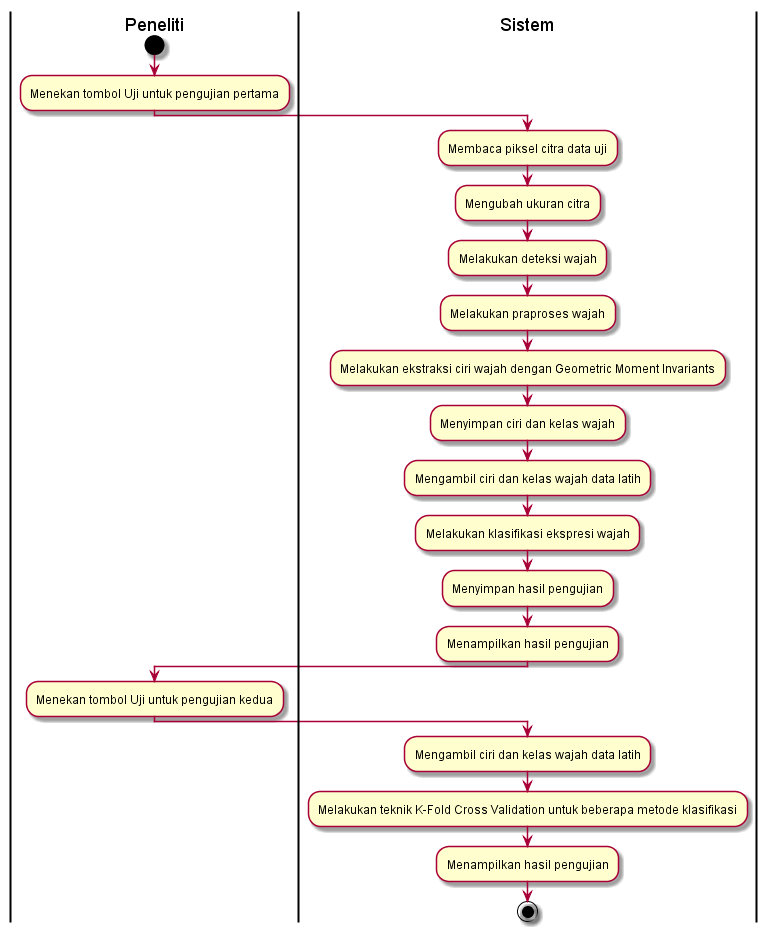
Earlier version of the PlantUML export diagram/AD_proses_pengujian.png (ayulestari10/gmisvm).
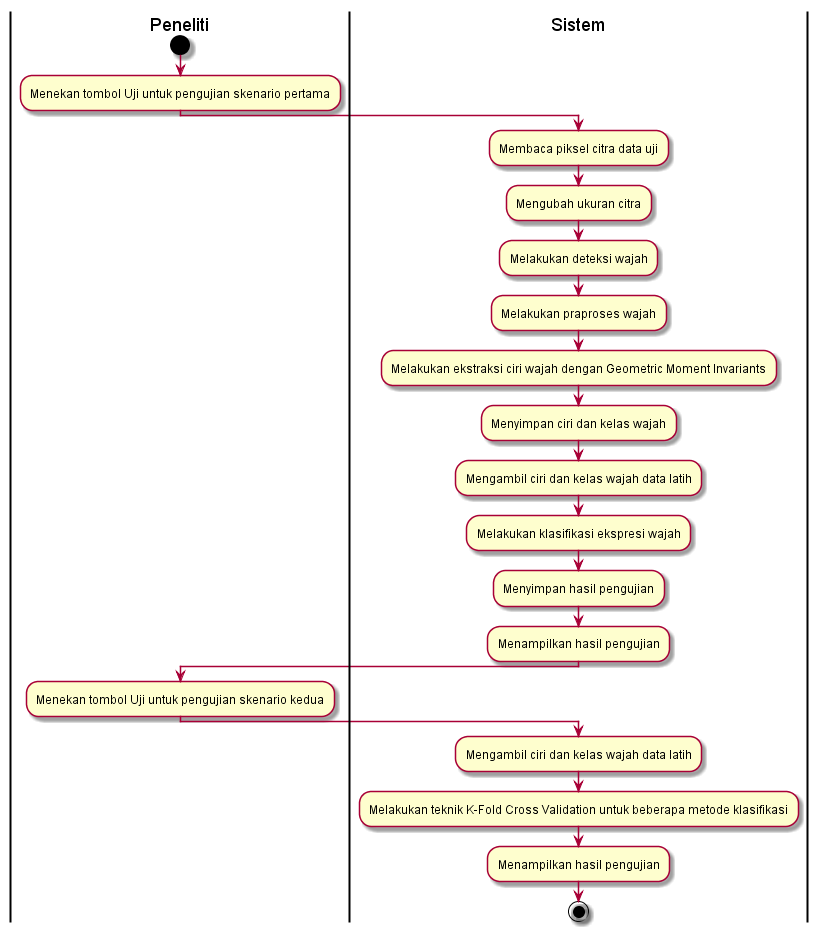
Later version of the same file.

What changed in the source:
```diff
@@ -2,7 +2,7 @@
 | Peneliti |
 start
 
-:Menekan tombol Uji untuk pengujian pertama;
+:Menekan tombol Uji untuk pengujian skenario pertama;
 
 | Sistem |
 :Membaca piksel citra data uji;
@@ -17,7 +17,7 @@
 :Menampilkan hasil pengujian;
 
 | Peneliti |
-:Menekan tombol Uji untuk pengujian kedua;
+:Menekan tombol Uji untuk pengujian skenario kedua;
 
 | Sistem |
 :Mengambil ciri dan kelas wajah data latih;
```
